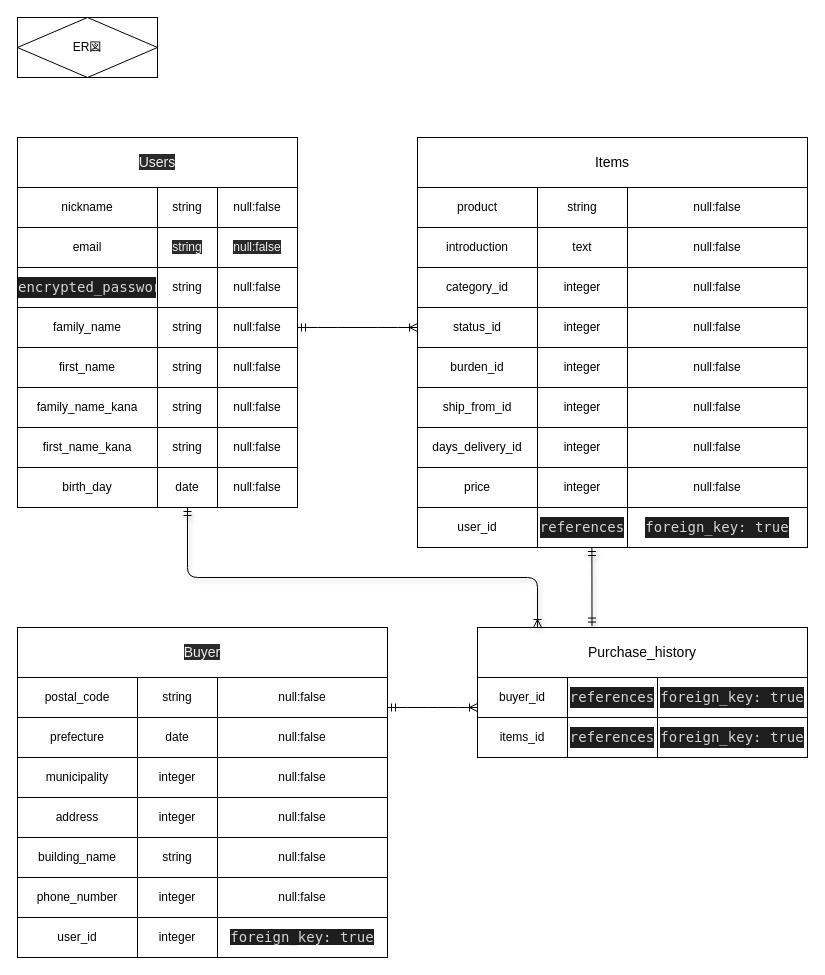
Before: ER.dio in h-kaoru/furima-34717, a draw.io diagram. Source tidied: cells renumbered, new cells numbered last; positions are measured from the earlier drawing's top-left corner, leaving out a move shared by most shapes. Both pictures are drawn from the tidied source at 100%, with x=0, y=0 at pixel (17, 17).
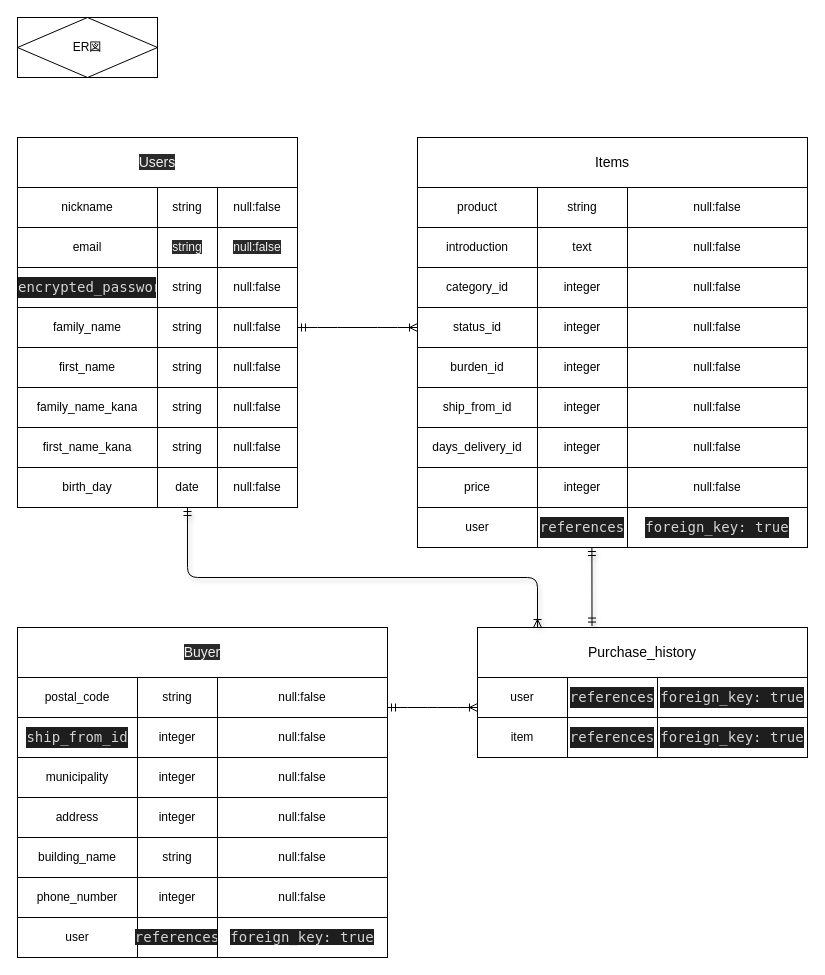
After the change.

The change refers to these unchanged cells:
```xml
<mxCell id="76" style="shape=partialRectangle;html=1;whiteSpace=wrap;fillColor=none;top=0;left=0;bottom=0;right=0;" parent="71" vertex="1">
  <mxGeometry y="40" width="370" height="40" as="geometry" />
</mxCell>
```

Diff of the diagram source:
```diff
@@
-    <mxCell id="77" value="prefecture" style="shape=partialRectangle;html=1;whiteSpace=wrap;fillColor=none;top=0;left=0;bottom=0;right=0;overflow=hidden;" parent="76" vertex="1">
+    <mxCell id="77" value="&lt;div style=&quot;color: rgb(212 , 212 , 212) ; background-color: rgb(30 , 30 , 30) ; font-family: &amp;#34;ricty diminished&amp;#34; , &amp;#34;menlo&amp;#34; , &amp;#34;monaco&amp;#34; , &amp;#34;courier new&amp;#34; , monospace ; font-size: 14px ; line-height: 21px&quot;&gt;ship_from_id&lt;/div&gt;" style="shape=partialRectangle;html=1;whiteSpace=wrap;fillColor=none;top=0;left=0;bottom=0;right=0;overflow=hidden;" parent="76" vertex="1">
       <mxGeometry width="120" height="40" as="geometry" />
     </mxCell>
-    <mxCell id="78" value="date" style="shape=partialRectangle;html=1;whiteSpace=wrap;fillColor=none;top=0;left=0;bottom=0;right=0;overflow=hidden;" parent="76" vertex="1">
+    <mxCell id="78" value="integer" style="shape=partialRectangle;html=1;whiteSpace=wrap;fillColor=none;top=0;left=0;bottom=0;right=0;overflow=hidden;" parent="76" vertex="1">
       <mxGeometry x="120" width="80" height="40" as="geometry" />
     </mxCell>
@@
-    <mxCell id="94" value="user_id" style="rounded=0;whiteSpace=wrap;html=1;" parent="1" vertex="1">
+    <mxCell id="94" value="user" style="rounded=0;whiteSpace=wrap;html=1;" parent="1" vertex="1">
       <mxGeometry x="400" y="490" width="120" height="40" as="geometry" />
     </mxCell>
@@
-    <mxCell id="97" value="user_id" style="rounded=0;whiteSpace=wrap;html=1;" parent="1" vertex="1">
+    <mxCell id="97" value="user" style="rounded=0;whiteSpace=wrap;html=1;" parent="1" vertex="1">
       <mxGeometry y="900" width="120" height="40" as="geometry" />
     </mxCell>
-    <mxCell id="98" value="integer" style="rounded=0;whiteSpace=wrap;html=1;" parent="1" vertex="1">
+    <mxCell id="98" value="&lt;span style=&quot;color: rgb(212 , 212 , 212) ; font-family: &amp;#34;ricty diminished&amp;#34; , &amp;#34;menlo&amp;#34; , &amp;#34;monaco&amp;#34; , &amp;#34;courier new&amp;#34; , monospace ; font-size: 14px ; background-color: rgb(30 , 30 , 30)&quot;&gt;references&lt;/span&gt;" style="rounded=0;whiteSpace=wrap;html=1;" parent="1" vertex="1">
       <mxGeometry x="120" y="900" width="80" height="40" as="geometry" />
     </mxCell>
@@
-    <mxCell id="103" value="buyer_id" style="rounded=0;whiteSpace=wrap;html=1;" parent="1" vertex="1">
+    <mxCell id="103" value="user" style="rounded=0;whiteSpace=wrap;html=1;" parent="1" vertex="1">
       <mxGeometry x="460" y="660" width="90" height="40" as="geometry" />
     </mxCell>
@@
-    <mxCell id="106" value="items_id" style="rounded=0;whiteSpace=wrap;html=1;" parent="1" vertex="1">
+    <mxCell id="106" value="item" style="rounded=0;whiteSpace=wrap;html=1;" parent="1" vertex="1">
       <mxGeometry x="460" y="700" width="90" height="40" as="geometry" />
     </mxCell>
```
